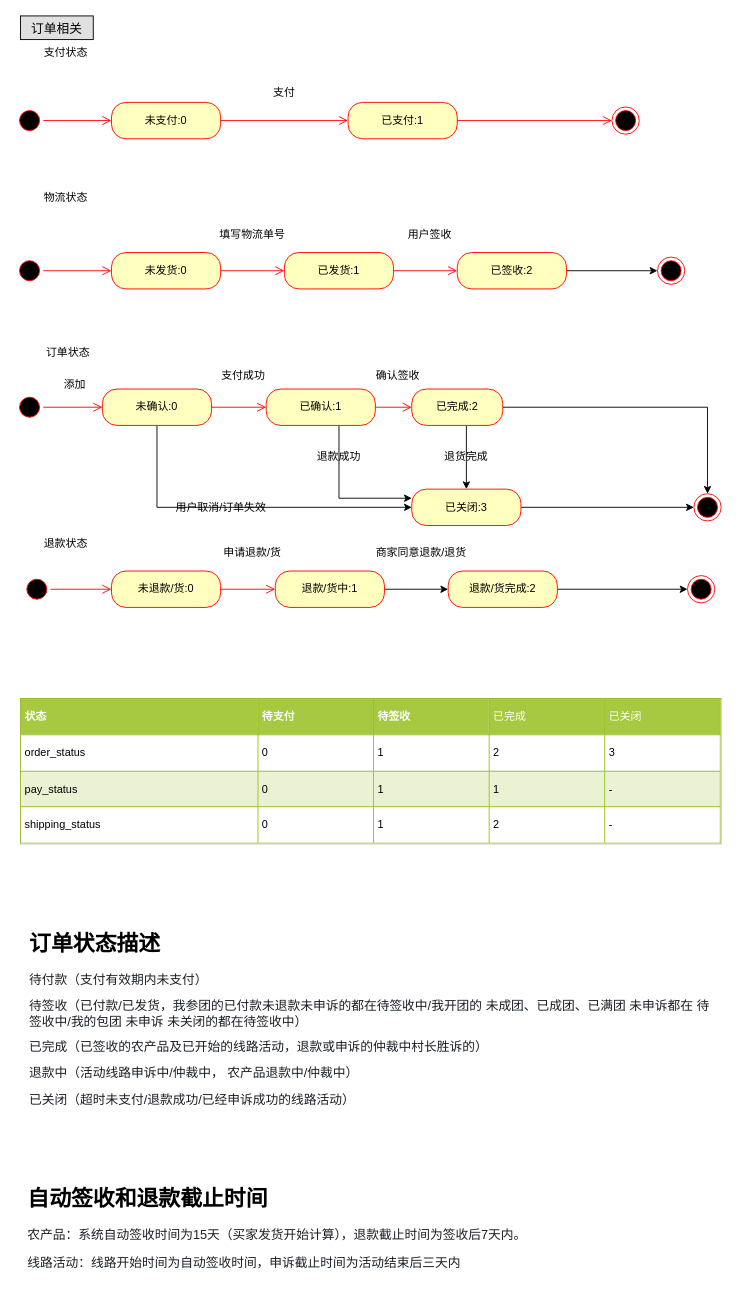
This is page "第 1 页" (1 of 4) of 码上趣.drawio from JhonShi/mashangqu, a draw.io file, before an edit. Source tidied: cells renumbered, new cells numbered last; positions are measured from the earlier drawing's top-left corner, leaving out a move shared by most shapes. Both pictures are drawn from the tidied source at 91%, with x=0, y=0 at pixel (15, 15).
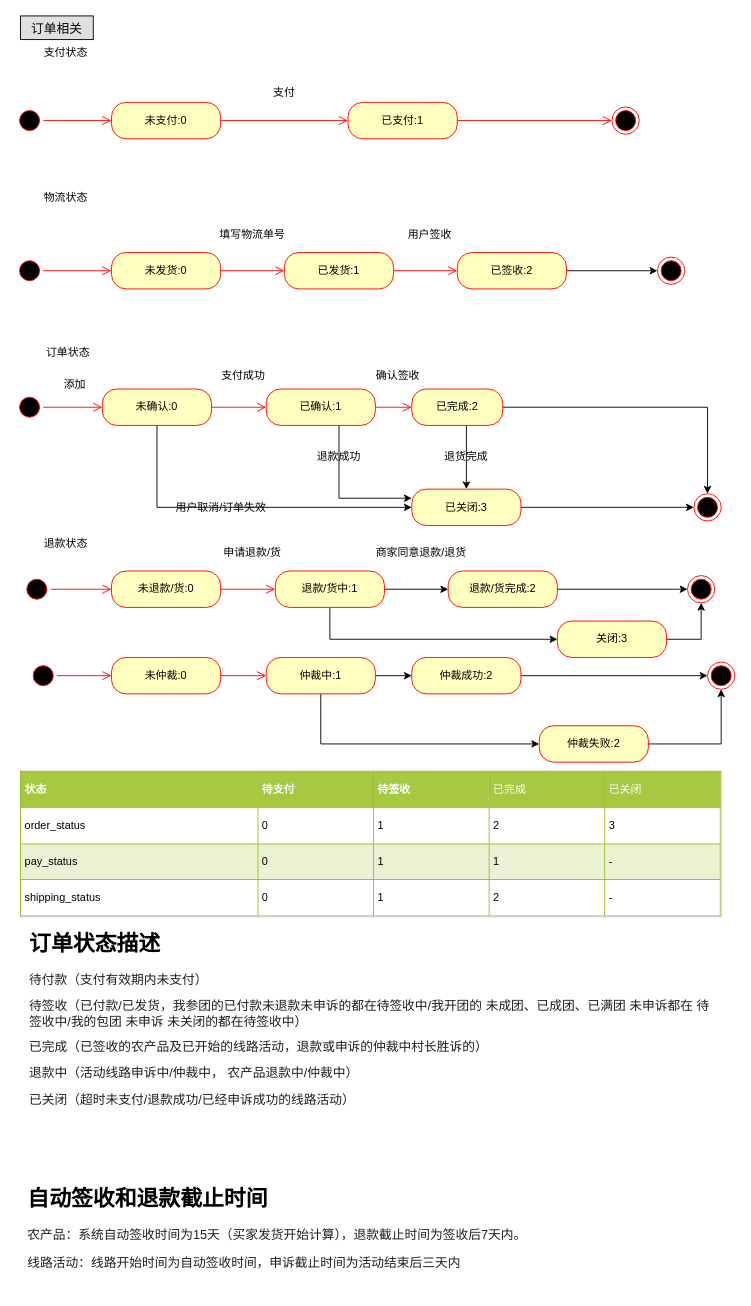
The same page after the edit.

Commit message:
更新码上趣.drawio

Unchanged cells that the change refers to:
```xml
<mxCell id="52" value="退款/货中:1" style="rounded=1;whiteSpace=wrap;html=1;arcSize=40;fontColor=#000000;fillColor=#ffffc0;strokeColor=#ff0000;" parent="1" vertex="1">
  <mxGeometry x="285" y="610" width="120" height="40" as="geometry" />
</mxCell>
<mxCell id="55" style="ellipse;html=1;shape=endState;fillColor=#000000;strokeColor=#ff0000;" parent="1" vertex="1">
  <mxGeometry x="738" y="615" width="30" height="30" as="geometry" />
</mxCell>
```

Diff of the diagram source:
```diff
@@
     <mxCell id="45" value="&lt;table border=&quot;1&quot; width=&quot;100%&quot; cellpadding=&quot;4&quot; style=&quot;width: 100% ; height: 100% ; border-collapse: collapse&quot;&gt;&lt;tbody&gt;&lt;tr style=&quot;background-color: #a7c942 ; color: #ffffff ; border: 1px solid #98bf21&quot;&gt;&lt;th align=&quot;left&quot;&gt;状态&lt;/th&gt;&lt;th align=&quot;left&quot;&gt;待支付&lt;/th&gt;&lt;th align=&quot;left&quot;&gt;待签收&lt;/th&gt;&lt;td&gt;已完成&lt;/td&gt;&lt;td&gt;已关闭&lt;/td&gt;&lt;/tr&gt;&lt;tr style=&quot;border: 1px solid #98bf21&quot;&gt;&lt;td&gt;order_status&lt;/td&gt;&lt;td&gt;0&lt;/td&gt;&lt;td&gt;1&lt;/td&gt;&lt;td&gt;2&lt;/td&gt;&lt;td&gt;3&lt;/td&gt;&lt;/tr&gt;&lt;tr style=&quot;background-color: #eaf2d3 ; border: 1px solid #98bf21&quot;&gt;&lt;td&gt;pay_status&lt;/td&gt;&lt;td&gt;0&lt;/td&gt;&lt;td&gt;1&lt;/td&gt;&lt;td&gt;1&lt;/td&gt;&lt;td&gt;-&lt;/td&gt;&lt;/tr&gt;&lt;tr style=&quot;border: 1px solid #98bf21&quot;&gt;&lt;td&gt;shipping_status&lt;/td&gt;&lt;td&gt;0&lt;/td&gt;&lt;td&gt;1&lt;/td&gt;&lt;td&gt;2&lt;/td&gt;&lt;td&gt;-&lt;/td&gt;&lt;/tr&gt;&lt;/tbody&gt;&lt;/table&gt;" style="text;html=1;strokeColor=#c0c0c0;fillColor=#ffffff;overflow=fill;rounded=0;" parent="1" vertex="1">
-      <mxGeometry x="5" y="750" width="770" height="160" as="geometry" />
+      <mxGeometry x="5" y="830" width="770" height="160" as="geometry" />
     </mxCell>
@@
+    <mxCell id="60" style="edgeStyle=orthogonalEdgeStyle;rounded=0;jettySize=auto;html=1;entryX=0;entryY=0.5;entryDx=0;entryDy=0;" parent="1" edge="1" source="52" target="71">
+      <mxGeometry relative="1" as="geometry">
+        <Array as="points">
+          <mxPoint x="345" y="685" />
+        </Array>
+      </mxGeometry>
+    </mxCell>
@@
+    <mxCell id="61" style="ellipse;html=1;shape=startState;fillColor=#000000;strokeColor=#ff0000;" parent="1" vertex="1">
+      <mxGeometry x="15" y="710" width="30" height="30" as="geometry" />
+    </mxCell>
+    <mxCell id="62" style="edgeStyle=orthogonalEdgeStyle;html=1;verticalAlign=bottom;endArrow=open;endSize=8;strokeColor=#ff0000;entryX=0;entryY=0.5;entryDx=0;entryDy=0;" parent="1" edge="1" source="61" target="63">
+      <mxGeometry relative="1" as="geometry" />
+    </mxCell>
+    <mxCell id="63" value="未仲裁:0" style="rounded=1;whiteSpace=wrap;html=1;arcSize=40;fontColor=#000000;fillColor=#ffffc0;strokeColor=#ff0000;" parent="1" vertex="1">
+      <mxGeometry x="105" y="705" width="120" height="40" as="geometry" />
+    </mxCell>
+    <mxCell id="64" style="edgeStyle=orthogonalEdgeStyle;html=1;verticalAlign=bottom;endArrow=open;endSize=8;strokeColor=#ff0000;entryX=0;entryY=0.5;entryDx=0;entryDy=0;" parent="1" edge="1" source="63" target="67">
+      <mxGeometry relative="1" as="geometry" />
+    </mxCell>
+    <mxCell id="65" style="edgeStyle=orthogonalEdgeStyle;rounded=0;jettySize=auto;html=1;entryX=0;entryY=0.5;entryDx=0;entryDy=0;" parent="1" edge="1" source="67" target="69">
+      <mxGeometry relative="1" as="geometry" />
+    </mxCell>
+    <mxCell id="66" style="edgeStyle=orthogonalEdgeStyle;rounded=0;jettySize=auto;html=1;entryX=0;entryY=0.5;entryDx=0;entryDy=0;" parent="1" edge="1" source="67" target="74">
+      <mxGeometry relative="1" as="geometry">
+        <Array as="points">
+          <mxPoint x="335" y="800" />
+        </Array>
+      </mxGeometry>
+    </mxCell>
+    <mxCell id="67" value="仲裁中:1" style="rounded=1;whiteSpace=wrap;html=1;arcSize=40;fontColor=#000000;fillColor=#ffffc0;strokeColor=#ff0000;" parent="1" vertex="1">
+      <mxGeometry x="275" y="705" width="120" height="40" as="geometry" />
+    </mxCell>
+    <mxCell id="68" style="edgeStyle=orthogonalEdgeStyle;rounded=0;jettySize=auto;html=1;entryX=0;entryY=0.5;entryDx=0;entryDy=0;" parent="1" edge="1" source="69" target="72">
+      <mxGeometry relative="1" as="geometry" />
+    </mxCell>
+    <mxCell id="69" value="仲裁成功:2" style="rounded=1;whiteSpace=wrap;html=1;arcSize=40;fontColor=#000000;fillColor=#ffffc0;strokeColor=#ff0000;" parent="1" vertex="1">
+      <mxGeometry x="435" y="705" width="120" height="40" as="geometry" />
+    </mxCell>
+    <mxCell id="70" style="edgeStyle=orthogonalEdgeStyle;rounded=0;jettySize=auto;html=1;entryX=0.5;entryY=1;entryDx=0;entryDy=0;" parent="1" edge="1" source="71" target="55">
+      <mxGeometry relative="1" as="geometry" />
+    </mxCell>
+    <mxCell id="71" value="关闭:3" style="rounded=1;whiteSpace=wrap;html=1;arcSize=40;fontColor=#000000;fillColor=#ffffc0;strokeColor=#ff0000;" parent="1" vertex="1">
+      <mxGeometry x="595" y="665" width="120" height="40" as="geometry" />
+    </mxCell>
+    <mxCell id="72" style="ellipse;html=1;shape=endState;fillColor=#000000;strokeColor=#ff0000;" parent="1" vertex="1">
+      <mxGeometry x="760" y="710" width="30" height="30" as="geometry" />
+    </mxCell>
+    <mxCell id="73" style="edgeStyle=orthogonalEdgeStyle;rounded=0;jettySize=auto;html=1;entryX=0.5;entryY=1;entryDx=0;entryDy=0;" parent="1" edge="1" source="74" target="72">
+      <mxGeometry relative="1" as="geometry" />
+    </mxCell>
+    <mxCell id="74" value="仲裁失败:2" style="rounded=1;whiteSpace=wrap;html=1;arcSize=40;fontColor=#000000;fillColor=#ffffc0;strokeColor=#ff0000;" parent="1" vertex="1">
+      <mxGeometry x="575" y="780" width="120" height="40" as="geometry" />
+    </mxCell>
```
